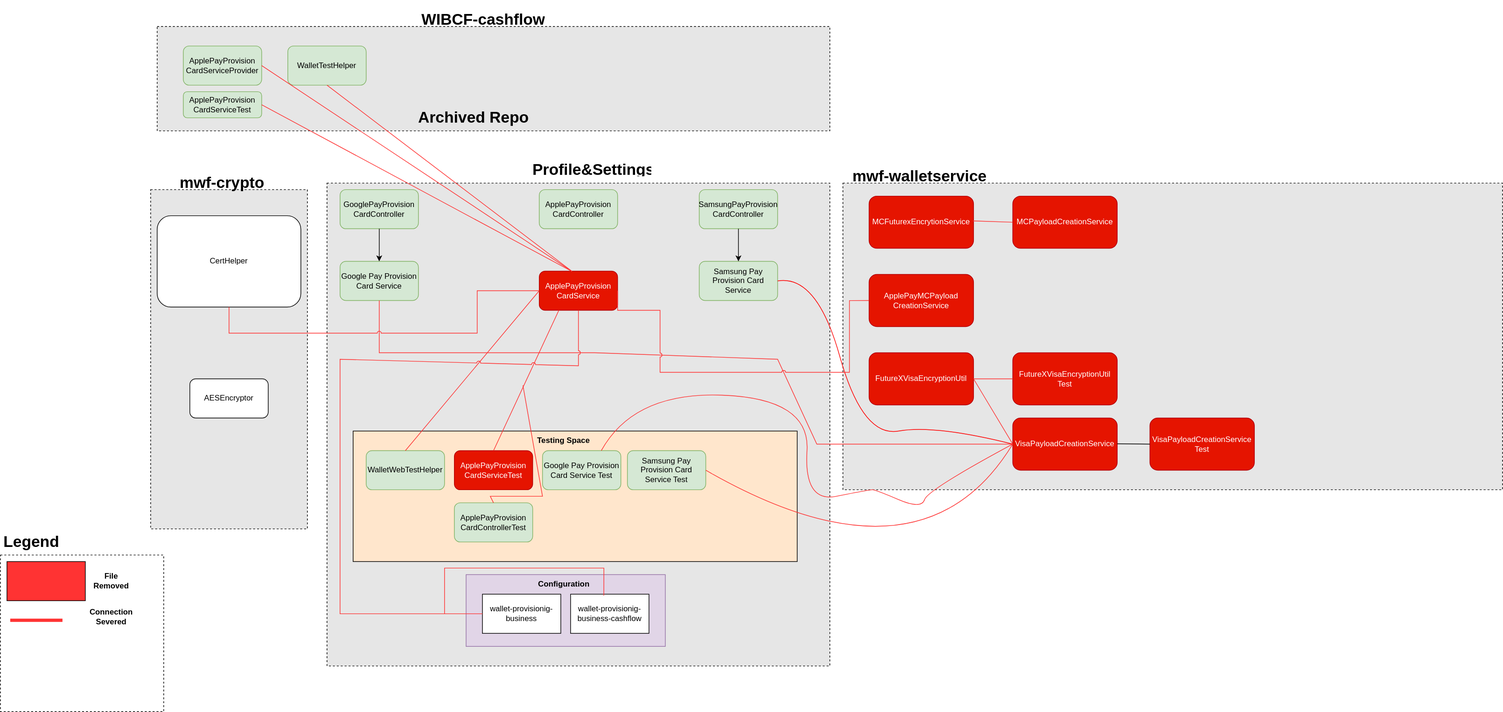
The draw.io diagram Work Samples/WF/Bouncy_Castle_Dependencies_Removal.drawio.svg in uchiharizvi/design-diagrams, before a commit. Source tidied: cells renumbered, new cells last; positions are measured from the earlier drawing's top-left corner, leaving out a move shared by most shapes.
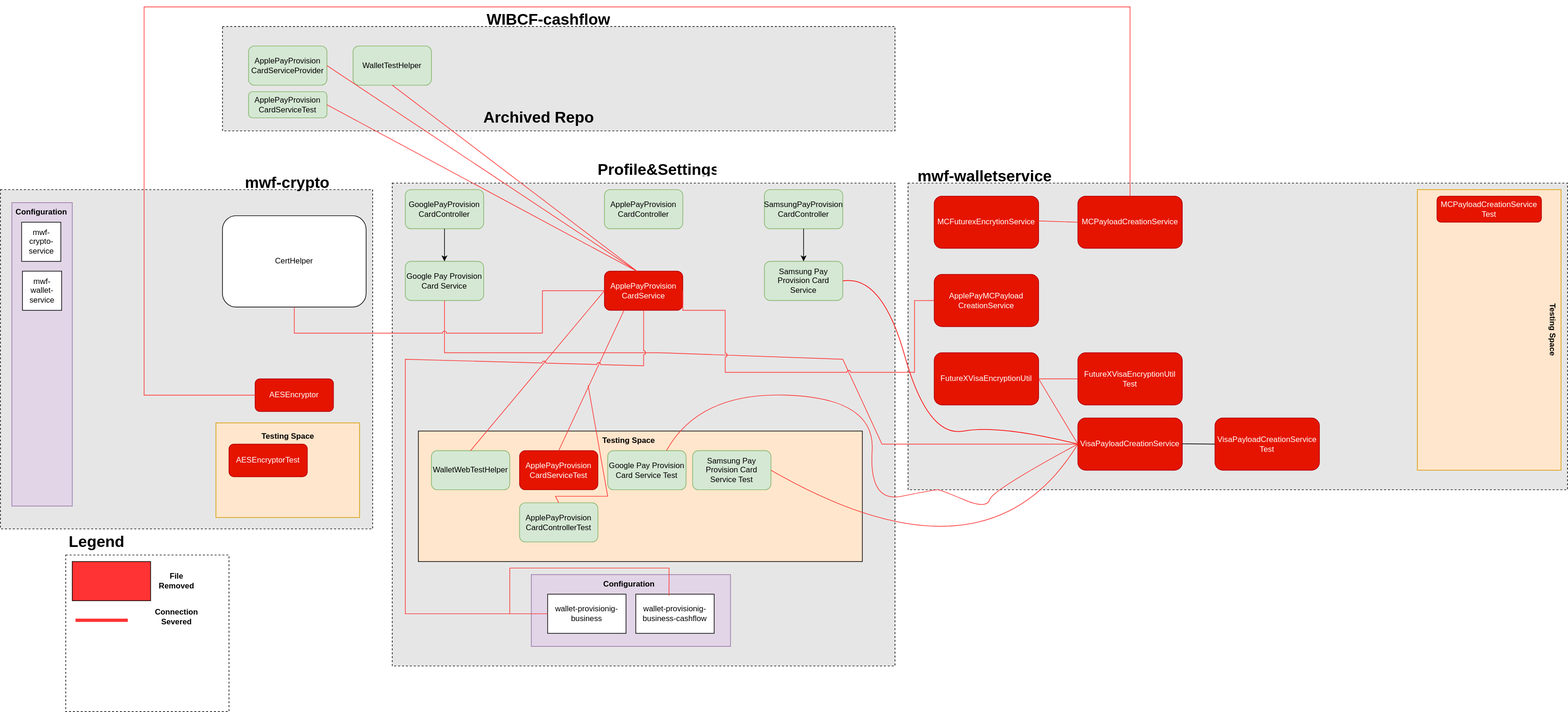
Above is the later version.

The edit, as a diff of the source:
```diff
@@ -2,6 +2,15 @@
   <root>
     <mxCell id="0" />
     <mxCell id="1" parent="0" />
+    <mxCell id="8" style="rounded=0;whiteSpace=wrap;html=1;dashed=1;fillColor=#E6E6E6;" parent="1" vertex="1">
+      <mxGeometry x="-100" y="280" width="570" height="520" as="geometry" />
+    </mxCell>
+    <mxCell id="66" style="rounded=0;whiteSpace=wrap;html=1;fillColor=#ffe6cc;strokeColor=#d79b00;" parent="1" vertex="1">
+      <mxGeometry x="230" y="637.5" width="220" height="145" as="geometry" />
+    </mxCell>
+    <mxCell id="67" value="&lt;b&gt;Testing Space&lt;/b&gt;" style="text;html=1;align=center;verticalAlign=middle;whiteSpace=wrap;rounded=0;" parent="1" vertex="1">
+      <mxGeometry x="292.5" y="642.5" width="95" height="30" as="geometry" />
+    </mxCell>
     <mxCell id="2" style="rounded=0;whiteSpace=wrap;html=1;dashed=1;" parent="1" vertex="1">
       <mxGeometry y="840" width="250" height="240" as="geometry" />
     </mxCell>
@@ -20,9 +29,6 @@
     <mxCell id="7" value="SamsungPayProvision&lt;br&gt;CardController" style="rounded=1;whiteSpace=wrap;html=1;fillColor=#d5e8d4;strokeColor=#82b366;" parent="1" vertex="1">
       <mxGeometry x="1070" y="280" width="120" height="60" as="geometry" />
     </mxCell>
-    <mxCell id="8" style="rounded=0;whiteSpace=wrap;html=1;dashed=1;fillColor=#E6E6E6;" parent="1" vertex="1">
-      <mxGeometry x="230" y="280" width="240" height="520" as="geometry" />
-    </mxCell>
     <mxCell id="9" value="&lt;h1&gt;mwf-crypto&lt;/h1&gt;" style="text;html=1;spacing=5;spacingTop=-20;whiteSpace=wrap;overflow=hidden;rounded=0;" parent="1" vertex="1">
       <mxGeometry x="270" y="250" width="190" height="120" as="geometry" />
     </mxCell>
@@ -32,8 +38,8 @@
     <mxCell id="11" style="rounded=0;whiteSpace=wrap;html=1;dashed=1;fillColor=#E6E6E6;" parent="1" vertex="1">
       <mxGeometry x="1290" y="270" width="1010" height="470" as="geometry" />
     </mxCell>
-    <mxCell id="12" value="AESEncryptor" style="rounded=1;whiteSpace=wrap;html=1;" parent="1" vertex="1">
-      <mxGeometry x="290" y="570" width="120" height="60" as="geometry" />
+    <mxCell id="12" value="AESEncryptor" style="rounded=1;whiteSpace=wrap;html=1;fillColor=#e51400;fontColor=#ffffff;strokeColor=#B20000;" parent="1" vertex="1">
+      <mxGeometry x="290" y="570" width="120" height="50" as="geometry" />
     </mxCell>
     <mxCell id="13" value="CertHelper" style="rounded=1;whiteSpace=wrap;html=1;" parent="1" vertex="1">
       <mxGeometry x="240" y="320" width="220" height="140" as="geometry" />
@@ -262,5 +268,38 @@
         </Array>
       </mxGeometry>
     </mxCell>
+    <mxCell id="68" style="endArrow=none;html=1;rounded=0;exitX=0;exitY=0.5;exitDx=0;exitDy=0;entryX=0.5;entryY=0;entryDx=0;entryDy=0;strokeColor=#FF3333;flowAnimation=0;" parent="1" edge="1" source="12" target="33">
+      <mxGeometry relative="1" as="geometry">
+        <Array as="points">
+          <mxPoint x="120" y="595" />
+          <mxPoint x="120" />
+          <mxPoint x="1630" />
+        </Array>
+      </mxGeometry>
+    </mxCell>
+    <mxCell id="69" style="rounded=0;whiteSpace=wrap;html=1;fillColor=#ffe6cc;strokeColor=#d79b00;" parent="1" vertex="1">
+      <mxGeometry x="2070" y="280" width="220" height="430" as="geometry" />
+    </mxCell>
+    <mxCell id="70" value="&lt;b&gt;Testing Space&lt;/b&gt;" style="text;html=1;align=center;verticalAlign=middle;whiteSpace=wrap;rounded=0;rotation=90;" parent="1" vertex="1">
+      <mxGeometry x="2230" y="480" width="95" height="30" as="geometry" />
+    </mxCell>
+    <mxCell id="71" value="AESEncryptorTest" style="rounded=1;whiteSpace=wrap;html=1;fillColor=#e51400;fontColor=#ffffff;strokeColor=#B20000;" parent="1" vertex="1">
+      <mxGeometry x="250" y="670" width="120" height="50" as="geometry" />
+    </mxCell>
+    <mxCell id="72" style="rounded=0;whiteSpace=wrap;html=1;fillColor=#e1d5e7;strokeColor=#9673a6;" parent="1" vertex="1">
+      <mxGeometry x="-82.5" y="300" width="92.5" height="465" as="geometry" />
+    </mxCell>
+    <mxCell id="73" value="&lt;b&gt;Configuration&lt;/b&gt;" style="text;html=1;align=center;verticalAlign=middle;whiteSpace=wrap;rounded=0;" parent="1" vertex="1">
+      <mxGeometry x="-82.5" y="300" width="90" height="30" as="geometry" />
+    </mxCell>
+    <mxCell id="74" value="mwf-crypto-service" style="rounded=0;whiteSpace=wrap;html=1;" parent="1" vertex="1">
+      <mxGeometry x="-67.5" y="330" width="60" height="60" as="geometry" />
+    </mxCell>
+    <mxCell id="75" value="mwf-wallet-service" style="rounded=0;whiteSpace=wrap;html=1;" parent="1" vertex="1">
+      <mxGeometry x="-66.2" y="405" width="60" height="60" as="geometry" />
+    </mxCell>
+    <mxCell id="76" value="MCPayloadCreationService&lt;br&gt;Test" style="rounded=1;whiteSpace=wrap;html=1;fillColor=#e51400;fontColor=#ffffff;strokeColor=#B20000;" parent="1" vertex="1">
+      <mxGeometry x="2100" y="290" width="160" height="40" as="geometry" />
+    </mxCell>
   </root>
 </mxGraphModel>
```
